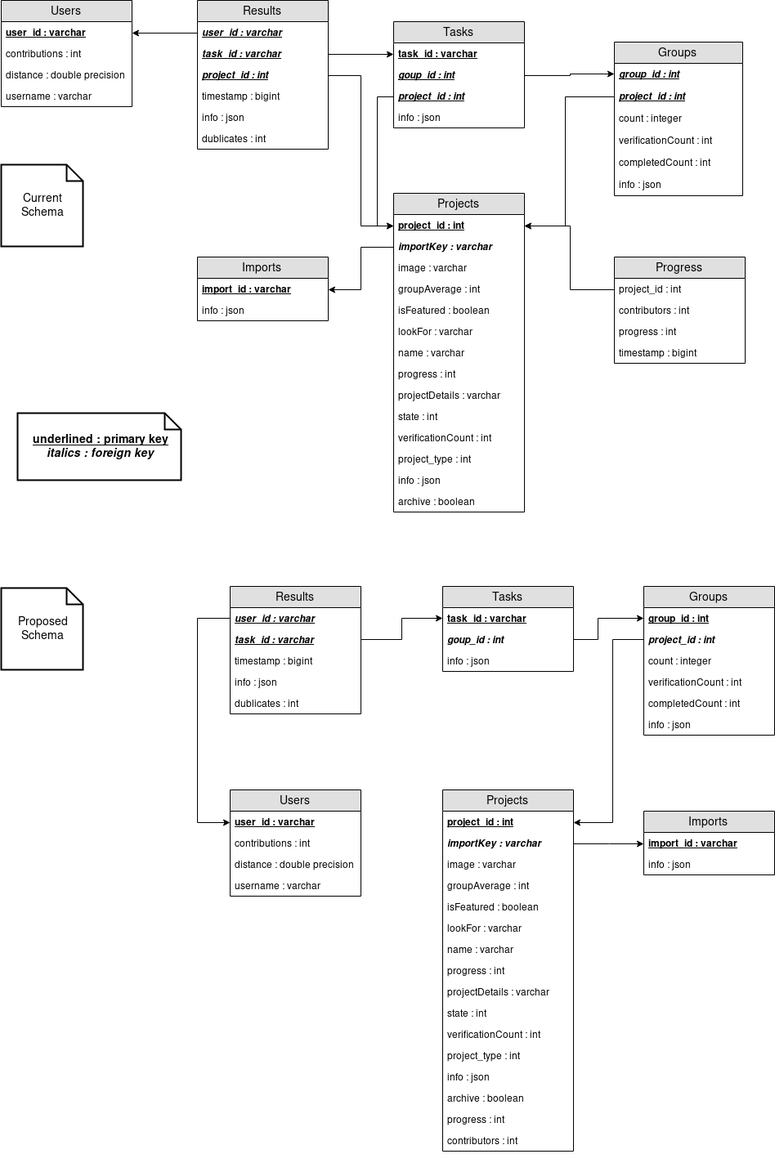
Above: docs/_static/img/database_schema-postgres.png in mapswipe/python-mapswipe-workers (draw.io), before the change. Source tidied: cells renumbered, new cells last; positions are measured from the earlier drawing's top-left corner, leaving out a move shared by most shapes.
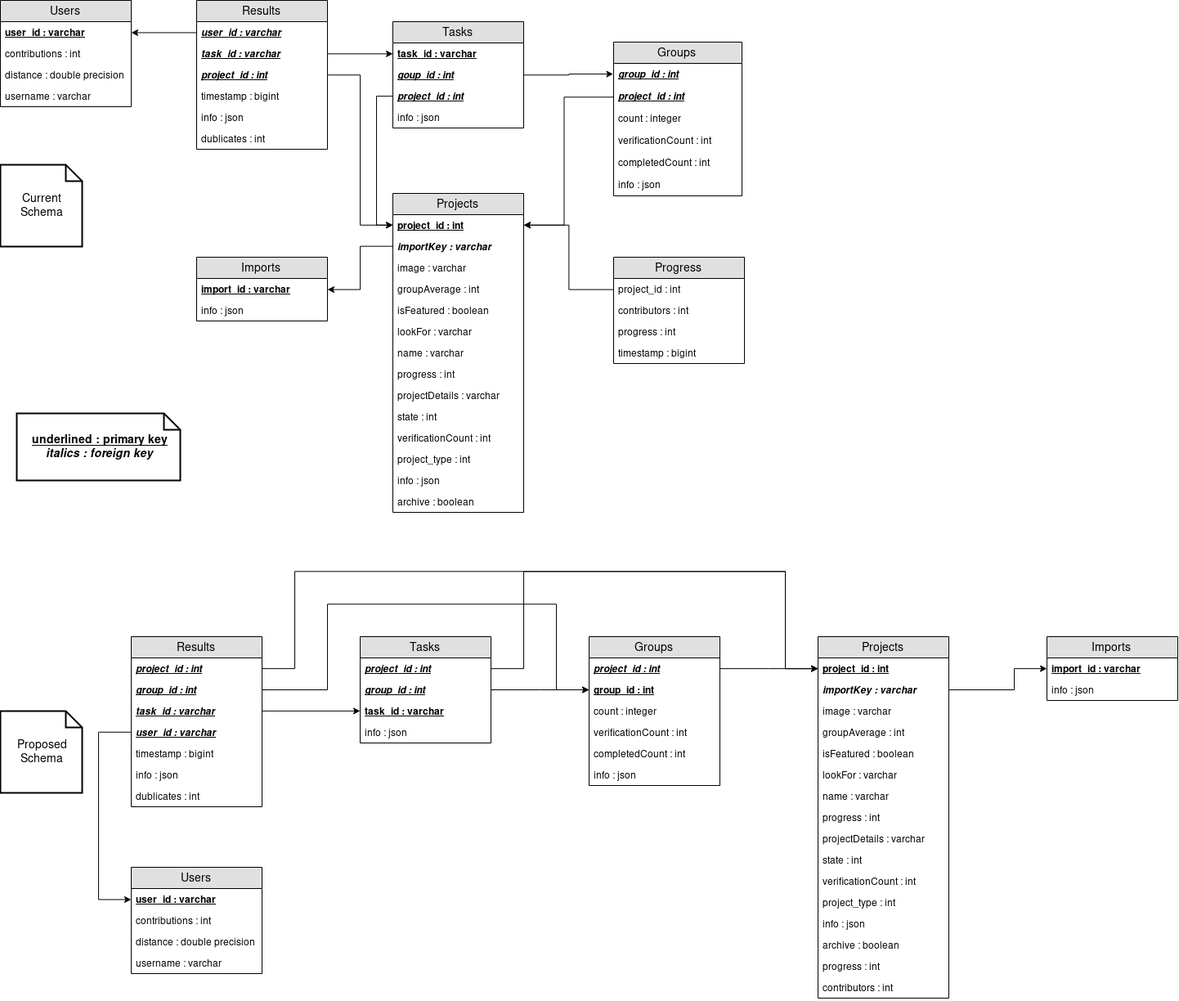
The same diagram one commit later.

Diff of the diagram source:
```diff
@@ -172,16 +172,11 @@
     <mxCell id="56" style="edgeStyle=orthogonalEdgeStyle;rounded=0;jettySize=auto;html=1;startArrow=none;startFill=0;endArrow=classic;endFill=1;entryX=1;entryY=0.5;entryDx=0;entryDy=0;exitX=0;exitY=0.5;exitDx=0;exitDy=0;" parent="1" edge="1" source="32" target="54">
       <mxGeometry relative="1" as="geometry" />
     </mxCell>
-    <mxCell id="57" style="edgeStyle=orthogonalEdgeStyle;rounded=0;jettySize=auto;html=1;startArrow=classic;startFill=1;endArrow=none;endFill=0;entryX=0;entryY=0.5;entryDx=0;entryDy=0;" parent="1" edge="1" source="59" target="65">
-      <mxGeometry relative="1" as="geometry">
-        <Array as="points">
-          <mxPoint x="240" y="1005" />
-          <mxPoint x="240" y="756" />
-        </Array>
-      </mxGeometry>
+    <mxCell id="57" style="edgeStyle=orthogonalEdgeStyle;rounded=0;jettySize=auto;html=1;startArrow=classic;startFill=1;endArrow=none;endFill=0;exitX=0;exitY=0.5;exitDx=0;exitDy=0;" parent="1" edge="1" source="83" target="77">
+      <mxGeometry relative="1" as="geometry" />
     </mxCell>
     <mxCell id="58" value="Users" style="swimlane;fontStyle=0;horizontal=1;startSize=26;fillColor=#e0e0e0;swimlaneFillColor=#ffffff;align=center;fontSize=14;" parent="1" vertex="1">
-      <mxGeometry x="280" y="966" width="160" height="130" as="geometry" />
+      <mxGeometry x="160" y="1060" width="160" height="130" as="geometry" />
     </mxCell>
     <mxCell id="59" value="user_id : varchar" style="text;strokeColor=none;fillColor=none;spacingLeft=4;spacingRight=4;overflow=hidden;points=[[0,0.5],[1,0.5]];portConstraint=eastwest;fontSize=12;fontStyle=5;" parent="58" vertex="1">
       <mxGeometry y="26" width="160" height="26" as="geometry" />
@@ -195,56 +190,54 @@
     <mxCell id="62" value="username : varchar" style="text;strokeColor=none;fillColor=none;spacingLeft=4;spacingRight=4;overflow=hidden;fontSize=12;" parent="58" vertex="1">
       <mxGeometry y="104" width="160" height="26" as="geometry" />
     </mxCell>
-    <mxCell id="63" style="edgeStyle=orthogonalEdgeStyle;rounded=0;jettySize=auto;html=1;startArrow=none;startFill=0;endArrow=classic;endFill=1;exitX=1;exitY=0.5;exitDx=0;exitDy=0;entryX=0;entryY=0.5;entryDx=0;entryDy=0;" parent="1" edge="1" source="66" target="72">
-      <mxGeometry relative="1" as="geometry" />
-    </mxCell>
     <mxCell id="64" value="Results" style="swimlane;fontStyle=0;horizontal=1;startSize=26;fillColor=#e0e0e0;swimlaneFillColor=#ffffff;align=center;fontSize=14;" parent="1" vertex="1">
-      <mxGeometry x="280" y="717" width="160" height="156" as="geometry" />
+      <mxGeometry x="160" y="778" width="160" height="208" as="geometry" />
     </mxCell>
+    <mxCell id="67" value="project_id : int" style="text;strokeColor=none;fillColor=none;spacingLeft=4;spacingRight=4;overflow=hidden;points=[[0,0.5],[1,0.5]];portConstraint=eastwest;fontSize=12;fontStyle=7;" parent="64" vertex="1">
+      <mxGeometry y="26" width="160" height="26" as="geometry" />
+    </mxCell>
+    <mxCell id="107" value="group_id : int" style="text;strokeColor=none;fillColor=none;spacingLeft=4;spacingRight=4;overflow=hidden;points=[[0,0.5],[1,0.5]];portConstraint=eastwest;fontSize=12;fontStyle=7;" parent="64" vertex="1">
+      <mxGeometry y="52" width="160" height="26" as="geometry" />
+    </mxCell>
+    <mxCell id="66" value="task_id : varchar" style="text;strokeColor=none;fillColor=none;spacingLeft=4;spacingRight=4;overflow=hidden;points=[[0,0.5],[1,0.5]];portConstraint=eastwest;fontSize=12;fontStyle=7;" parent="64" vertex="1">
+      <mxGeometry y="78" width="160" height="26" as="geometry" />
+    </mxCell>
     <mxCell id="65" value="user_id : varchar" style="text;strokeColor=none;fillColor=none;spacingLeft=4;spacingRight=4;overflow=hidden;points=[[0,0.5],[1,0.5]];portConstraint=eastwest;fontSize=12;fontStyle=7;" parent="64" vertex="1">
-      <mxGeometry y="26" width="160" height="26" as="geometry" />
+      <mxGeometry y="104" width="160" height="26" as="geometry" />
     </mxCell>
-    <mxCell id="66" value="task_id : varchar" style="text;strokeColor=none;fillColor=none;spacingLeft=4;spacingRight=4;overflow=hidden;points=[[0,0.5],[1,0.5]];portConstraint=eastwest;fontSize=12;fontStyle=7;" parent="64" vertex="1">
-      <mxGeometry y="52" width="160" height="26" as="geometry" />
-    </mxCell>
-    <mxCell id="67" value="timestamp : bigint" style="text;strokeColor=none;fillColor=none;spacingLeft=4;spacingRight=4;overflow=hidden;points=[[0,0.5],[1,0.5]];portConstraint=eastwest;fontSize=12;" parent="64" vertex="1">
-      <mxGeometry y="78" width="160" height="26" as="geometry" />
-    </mxCell>
+    <mxCell id="108" value="timestamp : bigint" style="text;strokeColor=none;fillColor=none;spacingLeft=4;spacingRight=4;overflow=hidden;fontSize=12;" parent="64" vertex="1">
+      <mxGeometry y="130" width="160" height="26" as="geometry" />
+    </mxCell>
     <mxCell id="68" value="info : json" style="text;strokeColor=none;fillColor=none;spacingLeft=4;spacingRight=4;overflow=hidden;fontSize=12;" parent="64" vertex="1">
-      <mxGeometry y="104" width="160" height="26" as="geometry" />
+      <mxGeometry y="156" width="160" height="26" as="geometry" />
     </mxCell>
     <mxCell id="69" value="dublicates : int" style="text;strokeColor=none;fillColor=none;spacingLeft=4;spacingRight=4;overflow=hidden;fontSize=12;" parent="64" vertex="1">
-      <mxGeometry y="130" width="160" height="26" as="geometry" />
+      <mxGeometry y="182" width="160" height="26" as="geometry" />
     </mxCell>
-    <mxCell id="70" style="edgeStyle=orthogonalEdgeStyle;rounded=0;jettySize=auto;html=1;startArrow=none;startFill=0;endArrow=classic;endFill=1;entryX=0;entryY=0.5;entryDx=0;entryDy=0;exitX=1;exitY=0.5;exitDx=0;exitDy=0;" parent="1" edge="1" source="73" target="76">
-      <mxGeometry relative="1" as="geometry">
-        <Array as="points">
-          <mxPoint x="730" y="782" />
-          <mxPoint x="730" y="756" />
-        </Array>
-      </mxGeometry>
-    </mxCell>
     <mxCell id="71" value="Tasks" style="swimlane;fontStyle=0;horizontal=1;startSize=26;fillColor=#e0e0e0;swimlaneFillColor=#ffffff;align=center;fontSize=14;" parent="1" vertex="1">
-      <mxGeometry x="540" y="717" width="160" height="104" as="geometry" />
+      <mxGeometry x="440" y="778" width="160" height="130" as="geometry" />
     </mxCell>
+    <mxCell id="109" value="project_id : int" style="text;strokeColor=none;fillColor=none;spacingLeft=4;spacingRight=4;overflow=hidden;points=[[0,0.5],[1,0.5]];portConstraint=eastwest;fontSize=12;fontStyle=7;" parent="71" vertex="1">
+      <mxGeometry y="26" width="160" height="26" as="geometry" />
+    </mxCell>
+    <mxCell id="73" value="group_id : int" style="text;strokeColor=none;fillColor=none;spacingLeft=4;spacingRight=4;overflow=hidden;points=[[0,0.5],[1,0.5]];portConstraint=eastwest;fontSize=12;fontStyle=7;" parent="71" vertex="1">
+      <mxGeometry y="52" width="160" height="26" as="geometry" />
+    </mxCell>
     <mxCell id="72" value="task_id : varchar" style="text;strokeColor=none;fillColor=none;spacingLeft=4;spacingRight=4;overflow=hidden;points=[[0,0.5],[1,0.5]];portConstraint=eastwest;fontSize=12;fontStyle=5;" parent="71" vertex="1">
-      <mxGeometry y="26" width="160" height="26" as="geometry" />
+      <mxGeometry y="78" width="160" height="26" as="geometry" />
     </mxCell>
-    <mxCell id="73" value="goup_id : int" style="text;strokeColor=none;fillColor=none;spacingLeft=4;spacingRight=4;overflow=hidden;points=[[0,0.5],[1,0.5]];portConstraint=eastwest;fontSize=12;fontStyle=3;" parent="71" vertex="1">
-      <mxGeometry y="52" width="160" height="26" as="geometry" />
-    </mxCell>
     <mxCell id="74" value="info : json" style="text;strokeColor=none;fillColor=none;spacingLeft=4;spacingRight=4;overflow=hidden;fontSize=12;" parent="71" vertex="1">
-      <mxGeometry y="78" width="160" height="26" as="geometry" />
+      <mxGeometry y="104" width="160" height="26" as="geometry" />
     </mxCell>
     <mxCell id="75" value="Groups" style="swimlane;fontStyle=0;horizontal=1;startSize=26;fillColor=#e0e0e0;swimlaneFillColor=#ffffff;align=center;fontSize=14;" parent="1" vertex="1">
-      <mxGeometry x="786" y="717" width="160" height="182" as="geometry" />
+      <mxGeometry x="720" y="778" width="160" height="182" as="geometry" />
     </mxCell>
+    <mxCell id="77" value="project_id : int" style="text;strokeColor=none;fillColor=none;spacingLeft=4;spacingRight=4;overflow=hidden;points=[[0,0.5],[1,0.5]];portConstraint=eastwest;fontSize=12;fontStyle=7;" parent="75" vertex="1">
+      <mxGeometry y="26" width="160" height="26" as="geometry" />
+    </mxCell>
     <mxCell id="76" value="group_id : int" style="text;strokeColor=none;fillColor=none;spacingLeft=4;spacingRight=4;overflow=hidden;points=[[0,0.5],[1,0.5]];portConstraint=eastwest;fontSize=12;fontStyle=5;" parent="75" vertex="1">
-      <mxGeometry y="26" width="160" height="26" as="geometry" />
+      <mxGeometry y="52" width="160" height="26" as="geometry" />
     </mxCell>
-    <mxCell id="77" value="project_id : int" style="text;strokeColor=none;fillColor=none;spacingLeft=4;spacingRight=4;overflow=hidden;points=[[0,0.5],[1,0.5]];portConstraint=eastwest;fontSize=12;fontStyle=3;" parent="75" vertex="1">
-      <mxGeometry y="52" width="160" height="26" as="geometry" />
-    </mxCell>
     <mxCell id="78" value="count : integer" style="text;strokeColor=none;fillColor=none;spacingLeft=4;spacingRight=4;overflow=hidden;fontSize=12;fontStyle=0;" parent="75" vertex="1">
       <mxGeometry y="78" width="160" height="26" as="geometry" />
     </mxCell>
@@ -258,7 +251,7 @@
       <mxGeometry y="156" width="160" height="26" as="geometry" />
     </mxCell>
     <mxCell id="82" value="Projects" style="swimlane;fontStyle=0;horizontal=1;startSize=26;fillColor=#e0e0e0;swimlaneFillColor=#ffffff;align=center;fontSize=14;" parent="1" vertex="1">
-      <mxGeometry x="540" y="966" width="160" height="442" as="geometry" />
+      <mxGeometry x="1000" y="778" width="160" height="442" as="geometry" />
     </mxCell>
     <mxCell id="83" value="project_id : int" style="text;strokeColor=none;fillColor=none;spacingLeft=4;spacingRight=4;overflow=hidden;points=[[0,0.5],[1,0.5]];portConstraint=eastwest;fontSize=12;fontStyle=5;" parent="82" vertex="1">
       <mxGeometry y="26" width="160" height="26" as="geometry" />
@@ -308,16 +301,8 @@
     <mxCell id="98" value="contributors : int" style="text;strokeColor=none;fillColor=none;spacingLeft=4;spacingRight=4;overflow=hidden;fontSize=12;" parent="82" vertex="1">
       <mxGeometry y="416" width="160" height="26" as="geometry" />
     </mxCell>
-    <mxCell id="99" style="edgeStyle=orthogonalEdgeStyle;rounded=0;jettySize=auto;html=1;startArrow=none;startFill=0;endArrow=classic;endFill=1;exitX=0;exitY=0.5;exitDx=0;exitDy=0;entryX=1;entryY=0.5;entryDx=0;entryDy=0;" parent="1" edge="1" source="77" target="83">
-      <mxGeometry relative="1" as="geometry">
-        <Array as="points">
-          <mxPoint x="748" y="782" />
-          <mxPoint x="748" y="1005" />
-        </Array>
-      </mxGeometry>
-    </mxCell>
     <mxCell id="100" value="Imports" style="swimlane;fontStyle=0;horizontal=1;startSize=26;fillColor=#e0e0e0;swimlaneFillColor=#ffffff;align=center;fontSize=14;" parent="1" vertex="1">
-      <mxGeometry x="786" y="992" width="160" height="78" as="geometry" />
+      <mxGeometry x="1280" y="778" width="160" height="78" as="geometry" />
     </mxCell>
     <mxCell id="101" value="import_id : varchar" style="text;strokeColor=none;fillColor=none;spacingLeft=4;spacingRight=4;overflow=hidden;points=[[0,0.5],[1,0.5]];portConstraint=eastwest;fontSize=12;fontStyle=5;" parent="100" vertex="1">
       <mxGeometry y="26" width="160" height="26" as="geometry" />
@@ -325,17 +310,76 @@
     <mxCell id="102" value="info : json" style="text;strokeColor=none;fillColor=none;spacingLeft=4;spacingRight=4;overflow=hidden;fontSize=12;" parent="100" vertex="1">
       <mxGeometry y="52" width="160" height="26" as="geometry" />
     </mxCell>
-    <mxCell id="103" style="edgeStyle=orthogonalEdgeStyle;rounded=0;jettySize=auto;html=1;startArrow=none;startFill=0;endArrow=classic;endFill=1;exitX=1;exitY=0.5;exitDx=0;exitDy=0;" parent="1" edge="1" source="84" target="101">
-      <mxGeometry relative="1" as="geometry" />
-    </mxCell>
     <mxCell id="104" value="&lt;div&gt;&lt;b&gt;&lt;u&gt;underlined : primary key&lt;/u&gt;&lt;/b&gt;&lt;/div&gt;&lt;div&gt;&lt;b&gt;&lt;i&gt;italics : foreign key&lt;/i&gt;&lt;br&gt;&lt;/b&gt;&lt;/div&gt;" style="shape=note;strokeWidth=2;fontSize=14;size=20;whiteSpace=wrap;html=1;" parent="1" vertex="1">
       <mxGeometry x="20" y="505" width="200" height="82" as="geometry" />
     </mxCell>
     <mxCell id="105" value="&lt;div&gt;Proposed&lt;/div&gt;&lt;div&gt;Schema&lt;br&gt;&lt;/div&gt;" style="shape=note;strokeWidth=2;fontSize=14;size=20;whiteSpace=wrap;html=1;" parent="1" vertex="1">
-      <mxGeometry y="719" width="100" height="100" as="geometry" />
+      <mxGeometry y="869" width="100" height="100" as="geometry" />
     </mxCell>
     <mxCell id="106" value="&lt;div&gt;Current&lt;/div&gt;&lt;div&gt;Schema&lt;br&gt;&lt;/div&gt;" style="shape=note;strokeWidth=2;fontSize=14;size=20;whiteSpace=wrap;html=1;" parent="1" vertex="1">
       <mxGeometry y="201" width="100" height="100" as="geometry" />
     </mxCell>
+    <mxCell id="110" style="edgeStyle=orthogonalEdgeStyle;rounded=0;jettySize=auto;html=1;startArrow=classic;startFill=1;endArrow=none;endFill=0;entryX=1;entryY=0.5;entryDx=0;entryDy=0;" parent="1" edge="1" source="83" target="109">
+      <mxGeometry relative="1" as="geometry">
+        <Array as="points">
+          <mxPoint x="960" y="817" />
+          <mxPoint x="960" y="698" />
+          <mxPoint x="640" y="698" />
+          <mxPoint x="640" y="817" />
+        </Array>
+      </mxGeometry>
+    </mxCell>
+    <mxCell id="111" style="edgeStyle=orthogonalEdgeStyle;rounded=0;jettySize=auto;html=1;startArrow=classic;startFill=1;endArrow=none;endFill=0;" parent="1" edge="1" source="83" target="67">
+      <mxGeometry relative="1" as="geometry">
+        <Array as="points">
+          <mxPoint x="960" y="817" />
+          <mxPoint x="960" y="698" />
+          <mxPoint x="360" y="698" />
+          <mxPoint x="360" y="817" />
+        </Array>
+      </mxGeometry>
+    </mxCell>
+    <mxCell id="112" style="edgeStyle=orthogonalEdgeStyle;rounded=0;jettySize=auto;html=1;startArrow=classic;startFill=1;endArrow=none;endFill=0;" parent="1" edge="1" source="76" target="73">
+      <mxGeometry relative="1" as="geometry">
+        <Array as="points">
+          <mxPoint x="660" y="843" />
+          <mxPoint x="660" y="843" />
+        </Array>
+      </mxGeometry>
+    </mxCell>
+    <mxCell id="113" style="edgeStyle=orthogonalEdgeStyle;rounded=0;jettySize=auto;html=1;startArrow=classic;startFill=1;endArrow=none;endFill=0;entryX=1;entryY=0.5;entryDx=0;entryDy=0;exitX=0;exitY=0.5;exitDx=0;exitDy=0;" parent="1" edge="1" source="76" target="107">
+      <mxGeometry relative="1" as="geometry">
+        <Array as="points">
+          <mxPoint x="680" y="843" />
+          <mxPoint x="680" y="738" />
+          <mxPoint x="400" y="738" />
+          <mxPoint x="400" y="843" />
+        </Array>
+      </mxGeometry>
+    </mxCell>
+    <mxCell id="114" style="edgeStyle=orthogonalEdgeStyle;rounded=0;jettySize=auto;html=1;startArrow=classic;startFill=1;endArrow=none;endFill=0;" parent="1" edge="1" source="72" target="66">
+      <mxGeometry relative="1" as="geometry">
+        <Array as="points">
+          <mxPoint x="370" y="869" />
+          <mxPoint x="370" y="869" />
+        </Array>
+      </mxGeometry>
+    </mxCell>
+    <mxCell id="115" style="edgeStyle=orthogonalEdgeStyle;rounded=0;jettySize=auto;html=1;startArrow=classic;startFill=1;endArrow=none;endFill=0;" parent="1" edge="1" source="59" target="65">
+      <mxGeometry relative="1" as="geometry">
+        <Array as="points">
+          <mxPoint x="120" y="1099" />
+          <mxPoint x="120" y="895" />
+        </Array>
+      </mxGeometry>
+    </mxCell>
+    <mxCell id="116" style="edgeStyle=orthogonalEdgeStyle;rounded=0;jettySize=auto;html=1;startArrow=classic;startFill=1;endArrow=none;endFill=0;entryX=1;entryY=0.5;entryDx=0;entryDy=0;" parent="1" edge="1" source="101" target="84">
+      <mxGeometry relative="1" as="geometry">
+        <Array as="points">
+          <mxPoint x="1240" y="817" />
+          <mxPoint x="1240" y="843" />
+        </Array>
+      </mxGeometry>
+    </mxCell>
   </root>
 </mxGraphModel>
```
